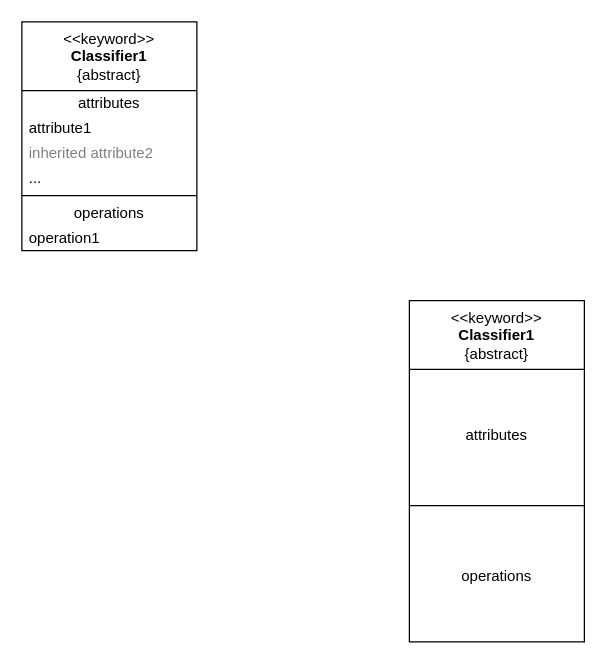
Before: dependentPizzaStore.drawio in ll11ll11ll11/limengli-project, a draw.io diagram. Source tidied: cells renumbered, new cells numbered last; positions are measured from the earlier drawing's top-left corner, leaving out a move shared by most shapes. Both pictures are drawn from the tidied source at 125%, with x=0, y=0 at pixel (21, 21).
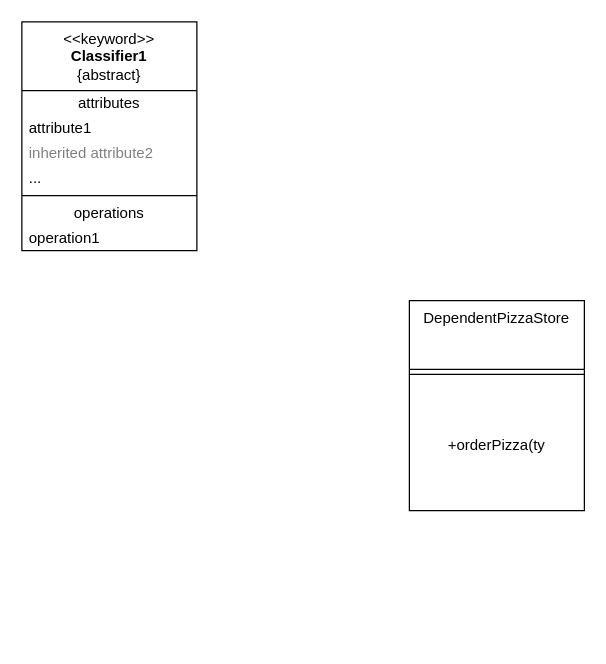
The same page after the edit.

Diff of the diagram source:
```diff
@@
 <mxGraphModel>
   <root>
     <mxCell id="0" />
     <mxCell id="1" parent="0" />
-    <mxCell id="2" value="&amp;lt;&amp;lt;keyword&amp;gt;&amp;gt;&lt;br&gt;&lt;b&gt;Classifier1&lt;/b&gt;&lt;br&gt;{abstract}" style="swimlane;fontStyle=0;align=center;verticalAlign=top;horizontal=1;startSize=55;html=1;whiteSpace=wrap;fillColor=none;" parent="1" vertex="1">
-      <mxGeometry x="310" y="223" width="140" height="273" as="geometry" />
+    <mxCell id="2" value="DependentPizzaStore" style="swimlane;fontStyle=0;align=center;verticalAlign=top;horizontal=1;startSize=55;html=1;whiteSpace=wrap;fillColor=none;" parent="1" vertex="1">
+      <mxGeometry x="310" y="223" width="140" height="168" as="geometry" />
     </mxCell>
-    <mxCell id="3" value="attributes" style="text;html=1;strokeColor=none;fillColor=none;align=center;verticalAlign=middle;spacingLeft=4;spacingRight=4;overflow=hidden;whiteSpace=wrap;" parent="2" vertex="1">
-      <mxGeometry y="55" width="140" height="105" as="geometry" />
-    </mxCell>
     <mxCell id="4" style="line;strokeWidth=1;fillColor=none;align=left;verticalAlign=middle;spacingTop=-1;spacingLeft=3;spacingRight=3;labelPosition=right;" parent="2" vertex="1">
-      <mxGeometry y="160" width="140" height="8" as="geometry" />
+      <mxGeometry y="55" width="140" height="8" as="geometry" />
     </mxCell>
-    <mxCell id="5" value="operations" style="text;html=1;strokeColor=none;fillColor=none;align=center;verticalAlign=middle;spacingLeft=4;spacingRight=4;overflow=hidden;whiteSpace=wrap;" parent="2" vertex="1">
-      <mxGeometry y="168" width="140" height="105" as="geometry" />
+    <mxCell id="5" value="+orderPizza(ty" style="text;html=1;strokeColor=none;fillColor=none;align=center;verticalAlign=middle;spacingLeft=4;spacingRight=4;overflow=hidden;whiteSpace=wrap;" parent="2" vertex="1">
+      <mxGeometry y="63" width="140" height="105" as="geometry" />
     </mxCell>
     <mxCell id="6" value="&amp;lt;&amp;lt;keyword&amp;gt;&amp;gt;&lt;br&gt;&lt;b&gt;Classifier1&lt;/b&gt;&lt;br&gt;{abstract}" style="swimlane;fontStyle=0;align=center;verticalAlign=top;horizontal=1;startSize=55;html=1;whiteSpace=wrap;fillColor=none;" parent="1" vertex="1">
       <mxGeometry width="140" height="183" as="geometry" />
     </mxCell>
     <mxCell id="7" value="attributes" style="text;html=1;strokeColor=none;fillColor=none;align=center;verticalAlign=middle;spacingLeft=4;spacingRight=4;overflow=hidden;whiteSpace=wrap;" parent="6" vertex="1">
       <mxGeometry y="55" width="140" height="20" as="geometry" />
     </mxCell>
     <mxCell id="8" value="attribute1" style="text;html=1;strokeColor=none;fillColor=none;align=left;verticalAlign=middle;spacingLeft=4;spacingRight=4;overflow=hidden;whiteSpace=wrap;" parent="6" vertex="1">
       <mxGeometry y="75" width="140" height="20" as="geometry" />
     </mxCell>
     <mxCell id="9" value="inherited attribute2" style="text;html=1;strokeColor=none;fillColor=none;align=left;verticalAlign=middle;spacingLeft=4;spacingRight=4;overflow=hidden;fontColor=#808080;whiteSpace=wrap;" parent="6" vertex="1">
       <mxGeometry y="95" width="140" height="20" as="geometry" />
     </mxCell>
     <mxCell id="10" value="..." style="text;html=1;strokeColor=none;fillColor=none;align=left;verticalAlign=middle;spacingLeft=4;spacingRight=4;overflow=hidden;whiteSpace=wrap;" parent="6" vertex="1">
       <mxGeometry y="115" width="140" height="20" as="geometry" />
     </mxCell>
     <mxCell id="11" style="line;strokeWidth=1;fillColor=none;align=left;verticalAlign=middle;spacingTop=-1;spacingLeft=3;spacingRight=3;labelPosition=right;" parent="6" vertex="1">
       <mxGeometry y="135" width="140" height="8" as="geometry" />
     </mxCell>
     <mxCell id="12" value="operations" style="text;html=1;strokeColor=none;fillColor=none;align=center;verticalAlign=middle;spacingLeft=4;spacingRight=4;overflow=hidden;whiteSpace=wrap;" parent="6" vertex="1">
       <mxGeometry y="143" width="140" height="20" as="geometry" />
     </mxCell>
     <mxCell id="13" value="operation1" style="text;html=1;strokeColor=none;fillColor=none;align=left;verticalAlign=middle;spacingLeft=4;spacingRight=4;overflow=hidden;whiteSpace=wrap;" parent="6" vertex="1">
       <mxGeometry y="163" width="140" height="20" as="geometry" />
     </mxCell>
   </root>
 </mxGraphModel>
```
